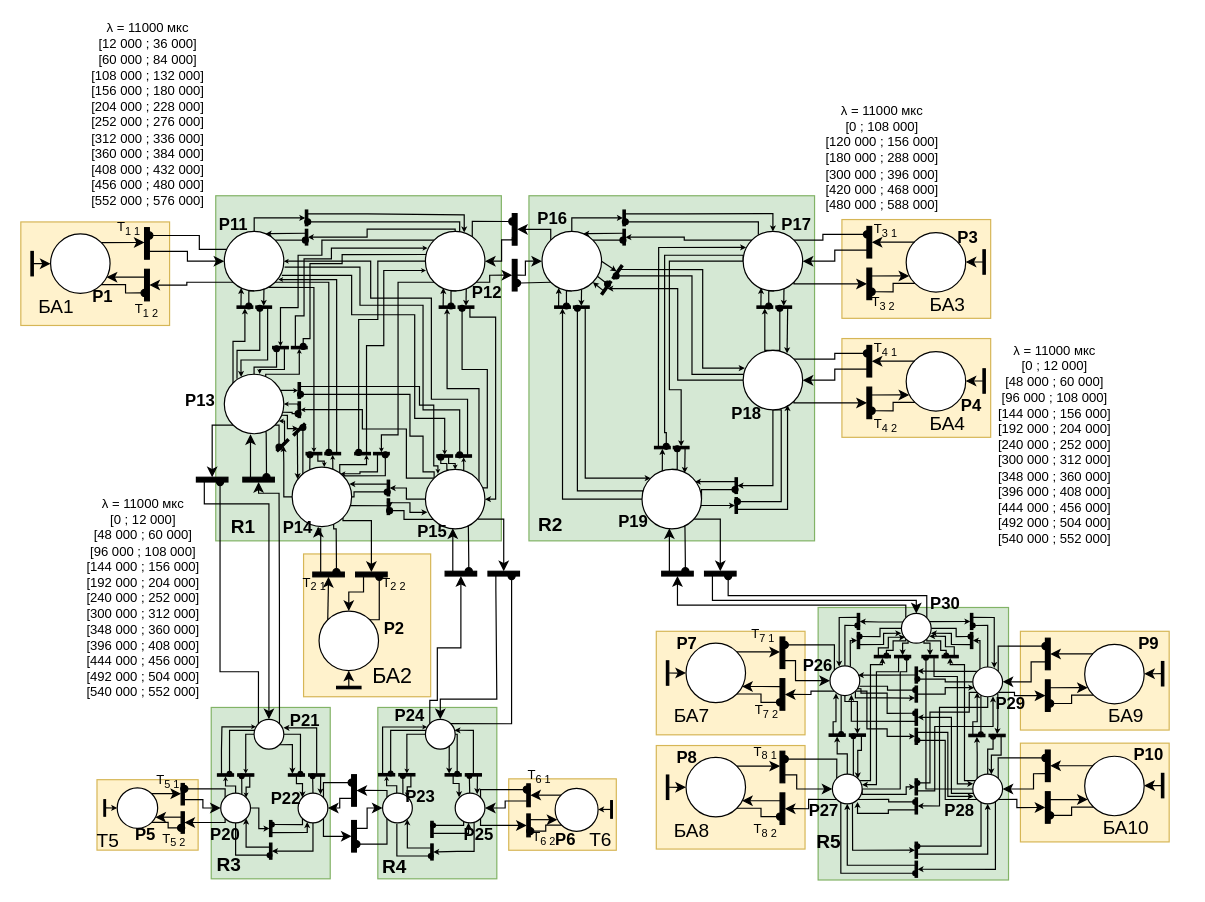
Above: page "Page-5" (2 of 3) of logic.drawio in sadsackk/STP-ISS-analyzer (draw.io), before the change. Source tidied: cells renumbered, new cells numbered last; positions are measured from the earlier drawing's top-left corner, leaving out a move shared by most shapes. Both pictures are drawn from the tidied source at 119%, with x=0, y=0 at pixel (20, 64).
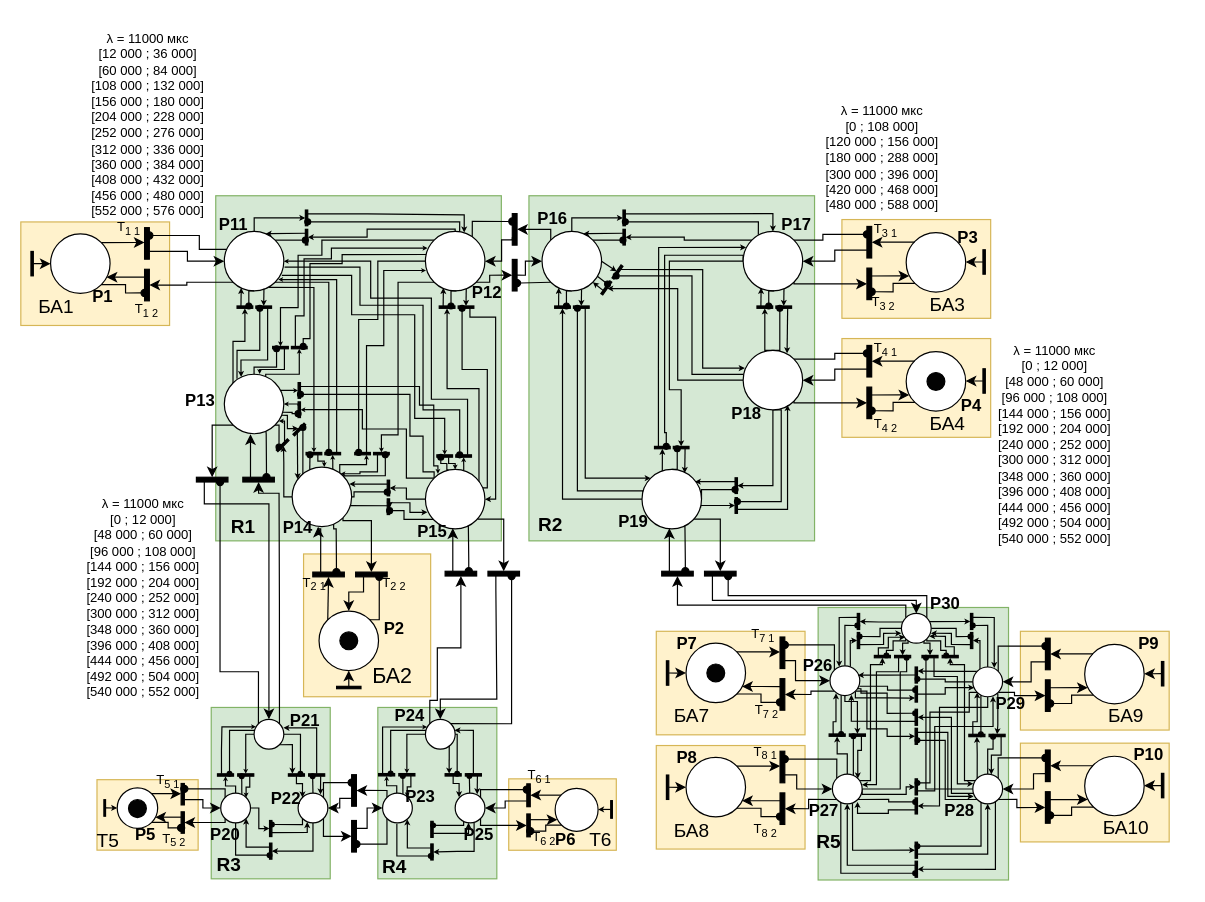
Above is the later version.

The change refers to these unchanged cells:
```xml
<mxCell id="15" style="group;" parent="1" vertex="1">
  <mxGeometry x="237.6" y="411" width="113.4" height="120" as="geometry" />
</mxCell>
<mxCell id="42" style="group;" parent="1" vertex="1">
  <mxGeometry x="690" y="230" width="139" height="89" as="geometry" />
</mxCell>
<mxCell id="114" style="group;" parent="1" vertex="1">
  <mxGeometry x="64" y="600" width="95" height="66.7" as="geometry" />
</mxCell>
<mxCell id="166" style="group;" parent="1" vertex="1">
  <mxGeometry x="534" y="475" width="125" height="87" as="geometry" />
</mxCell>
```

Change to the diagram source:
```diff
@@
+    <mxCell id="517" style="ellipse;whiteSpace=wrap;html=1;fillColor=#030303;" parent="15" vertex="1">
+      <mxGeometry x="30.5" y="65.5" width="15" height="15" as="geometry" />
+    </mxCell>
@@
+    <mxCell id="518" style="ellipse;whiteSpace=wrap;html=1;fillColor=#030303;" parent="42" vertex="1">
+      <mxGeometry x="71.5" y="28.5" width="15" height="15" as="geometry" />
+    </mxCell>
@@
+    <mxCell id="519" style="ellipse;whiteSpace=wrap;html=1;fillColor=#030303;" parent="114" vertex="1">
+      <mxGeometry x="26.5" y="17.5" width="15" height="15" as="geometry" />
+    </mxCell>
@@
+    <mxCell id="520" style="ellipse;whiteSpace=wrap;html=1;fillColor=#030303;" parent="166" vertex="1">
+      <mxGeometry x="42.5" y="28.5" width="15" height="15" as="geometry" />
+    </mxCell>
@@
     <mxCell id="491" value="&lt;div style=&quot;font-size: 11px;&quot;&gt;&lt;font style=&quot;font-size: 11px;&quot;&gt;&lt;span class=&quot;ILfuVd&quot;&gt;&lt;span class=&quot;hgKElc&quot;&gt;λ&lt;/span&gt;&lt;/span&gt; = 11000 мкс&lt;/font&gt;&lt;/div&gt;&lt;div style=&quot;font-size: 11px;&quot;&gt;&lt;font style=&quot;font-size: 11px;&quot;&gt;[12 000 ; 36 000]&lt;/font&gt;&lt;/div&gt;&lt;div style=&quot;font-size: 11px;&quot;&gt;&lt;font style=&quot;font-size: 11px;&quot;&gt;[60 000 ; 84 000] &lt;br&gt;&lt;/font&gt;&lt;/div&gt;&lt;div style=&quot;font-size: 11px;&quot;&gt;&lt;font style=&quot;font-size: 11px;&quot;&gt;[108 000 ; 132 000]&lt;/font&gt;&lt;/div&gt;&lt;div style=&quot;font-size: 11px;&quot;&gt;&lt;font style=&quot;font-size: 11px;&quot;&gt;[156 000 ; 180 000]&lt;/font&gt;&lt;/div&gt;&lt;div style=&quot;font-size: 11px;&quot;&gt;&lt;font style=&quot;font-size: 11px;&quot;&gt;[204 000 ; 228 000]&lt;/font&gt;&lt;/div&gt;&lt;div style=&quot;font-size: 11px;&quot;&gt;&lt;font style=&quot;font-size: 11px;&quot;&gt;[252 000 ; 276 000]&lt;/font&gt;&lt;/div&gt;&lt;div style=&quot;font-size: 11px;&quot;&gt;&lt;font style=&quot;font-size: 11px;&quot;&gt;[312 000 ; 336 000]&lt;/font&gt;&lt;/div&gt;&lt;div style=&quot;font-size: 11px;&quot;&gt;&lt;font style=&quot;font-size: 11px;&quot;&gt;[360 000 ; 384 000]&lt;/font&gt;&lt;/div&gt;&lt;div style=&quot;font-size: 11px;&quot;&gt;&lt;font style=&quot;font-size: 11px;&quot;&gt;[408 000 ; 432 000]&lt;/font&gt;&lt;/div&gt;&lt;div style=&quot;font-size: 11px;&quot;&gt;&lt;font style=&quot;font-size: 11px;&quot;&gt;[456 000 ; 480 000]&lt;/font&gt;&lt;/div&gt;&lt;div style=&quot;font-size: 11px;&quot;&gt;&lt;font style=&quot;font-size: 11px;&quot;&gt;[552 000 ; 576 000]&lt;/font&gt;&lt;/div&gt;&lt;div style=&quot;font-size: 11px;&quot;&gt;&lt;font style=&quot;font-size: 11px;&quot;&gt;&lt;br&gt;&lt;/font&gt;&lt;/div&gt;&lt;div style=&quot;font-size: 11px;&quot;&gt;&lt;font style=&quot;font-size: 11px;&quot;&gt;&lt;br&gt;&lt;/font&gt; &lt;/div&gt;" style="text;html=1;strokeColor=none;fillColor=none;align=center;verticalAlign=middle;whiteSpace=wrap;rounded=0;" parent="1" vertex="1">
-      <mxGeometry x="48.5" width="116" height="110" as="geometry" />
+      <mxGeometry x="48.5" y="9" width="116" height="110" as="geometry" />
     </mxCell>
```
